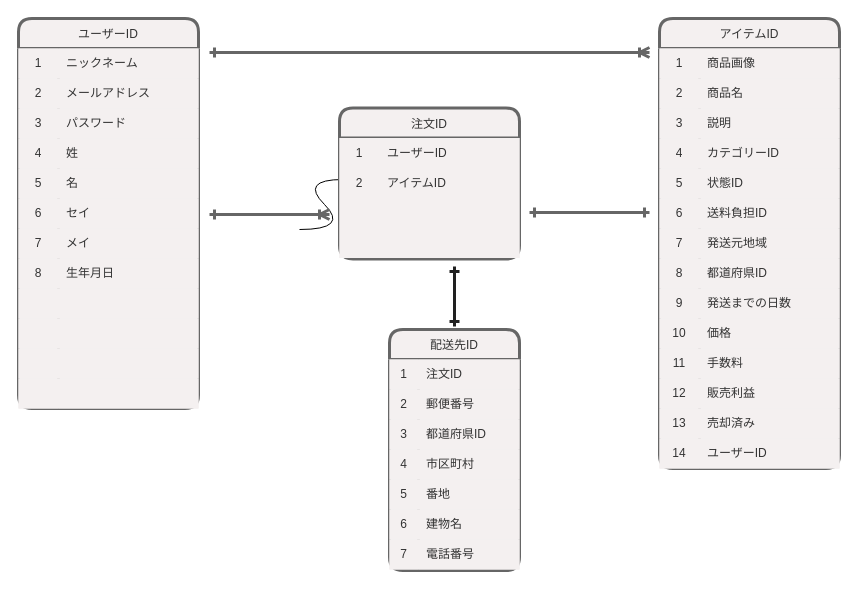
Earlier version of the draw.io diagram test.dio (AtsushiKikuchiKyoto/furima-41636). Source tidied: cells renumbered, new cells numbered last; positions are measured from the earlier drawing's top-left corner, leaving out a move shared by most shapes. Both pictures are drawn from the tidied source at 100%, with x=0, y=0 at pixel (18, 18).
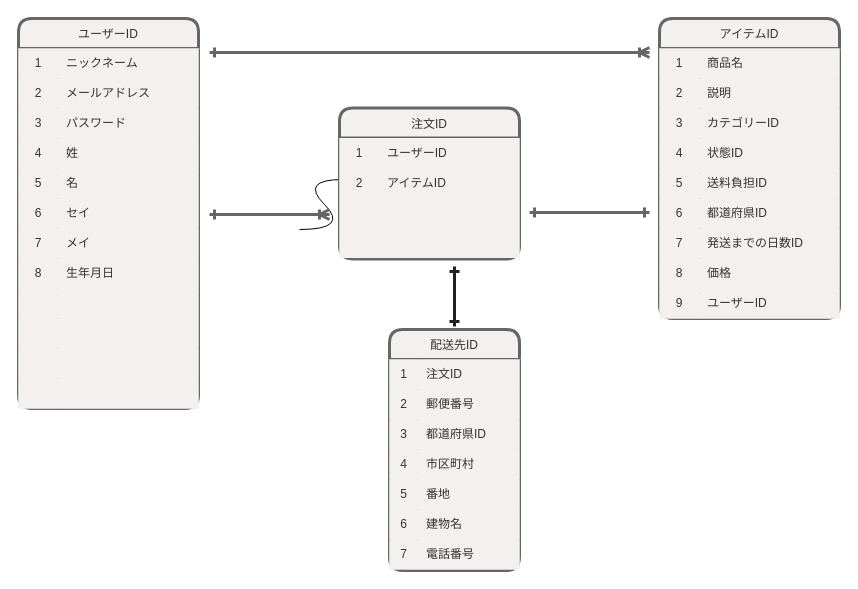
Above is the later version.

Commit message (it also covers changes not shown here):
データベース設計の修正

ER図の修正
https://gyazo.com/7457fe63e46a3c7fdfc35b0ee88dcb87

The edit, as a diff of the source:
```diff
@@
     <mxCell id="3" value="アイテムID" style="shape=table;startSize=30;childLayout=tableLayout;rowLines=0;fontStyle=0;fillColor=#f4f0f0;strokeColor=#666666;fontColor=#333333;labelBorderColor=none;labelBackgroundColor=none;rounded=1;strokeWidth=3;" parent="1" vertex="1">
-      <mxGeometry x="641" width="180" height="450" as="geometry" />
+      <mxGeometry x="641" width="180" height="300" as="geometry" />
     </mxCell>
-    <mxCell id="4" style="shape=tableRow;horizontal=0;startSize=0;swimlaneHead=0;swimlaneBody=0;top=0;left=0;bottom=0;right=0;fillColor=#f4f0f0;rounded=1;labelBorderColor=none;labelBackgroundColor=none;fontColor=#333333;strokeColor=#666666;" parent="3" vertex="1">
-      <mxGeometry y="30" width="180" height="30" as="geometry" />
-    </mxCell>
-    <mxCell id="5" value="1" style="shape=partialRectangle;html=1;whiteSpace=wrap;fillColor=#f4f0f0;top=0;left=0;bottom=0;right=0;overflow=hidden;rounded=1;labelBorderColor=none;labelBackgroundColor=none;fontColor=#333333;strokeColor=#666666;" parent="4" vertex="1">
-      <mxGeometry width="40" height="30" as="geometry" />
-    </mxCell>
-    <mxCell id="6" value="商品画像" style="shape=partialRectangle;html=1;whiteSpace=wrap;fillColor=#f4f0f0;top=0;left=0;bottom=0;right=0;align=left;spacingLeft=6;overflow=hidden;rounded=1;labelBorderColor=none;labelBackgroundColor=none;fontColor=#333333;strokeColor=#666666;" parent="4" vertex="1">
-      <mxGeometry x="40" width="140" height="30" as="geometry" />
-    </mxCell>
     <mxCell id="7" style="shape=tableRow;horizontal=0;startSize=0;swimlaneHead=0;swimlaneBody=0;top=0;left=0;bottom=0;right=0;fillColor=#f4f0f0;rounded=1;labelBorderColor=none;labelBackgroundColor=none;fontColor=#333333;strokeColor=#666666;" parent="3" vertex="1">
-      <mxGeometry y="60" width="180" height="30" as="geometry" />
+      <mxGeometry y="30" width="180" height="30" as="geometry" />
     </mxCell>
-    <mxCell id="8" value="2" style="shape=partialRectangle;html=1;whiteSpace=wrap;fillColor=#f4f0f0;top=0;left=0;bottom=0;right=0;overflow=hidden;rounded=1;labelBorderColor=none;labelBackgroundColor=none;fontColor=#333333;strokeColor=#666666;" parent="7" vertex="1">
+    <mxCell id="8" value="1" style="shape=partialRectangle;html=1;whiteSpace=wrap;fillColor=#f4f0f0;top=0;left=0;bottom=0;right=0;overflow=hidden;rounded=1;labelBorderColor=none;labelBackgroundColor=none;fontColor=#333333;strokeColor=#666666;" parent="7" vertex="1">
       <mxGeometry width="40" height="30" as="geometry" />
     </mxCell>
@@
     <mxCell id="10" style="shape=tableRow;horizontal=0;startSize=0;swimlaneHead=0;swimlaneBody=0;top=0;left=0;bottom=0;right=0;fillColor=#f4f0f0;rounded=1;labelBorderColor=none;labelBackgroundColor=none;fontColor=#333333;strokeColor=#666666;" parent="3" vertex="1">
-      <mxGeometry y="90" width="180" height="30" as="geometry" />
+      <mxGeometry y="60" width="180" height="30" as="geometry" />
     </mxCell>
-    <mxCell id="11" value="3" style="shape=partialRectangle;html=1;whiteSpace=wrap;fillColor=#f4f0f0;top=0;left=0;bottom=0;right=0;overflow=hidden;rounded=1;labelBorderColor=none;labelBackgroundColor=none;fontColor=#333333;strokeColor=#666666;" parent="10" vertex="1">
+    <mxCell id="11" value="2" style="shape=partialRectangle;html=1;whiteSpace=wrap;fillColor=#f4f0f0;top=0;left=0;bottom=0;right=0;overflow=hidden;rounded=1;labelBorderColor=none;labelBackgroundColor=none;fontColor=#333333;strokeColor=#666666;" parent="10" vertex="1">
       <mxGeometry width="40" height="30" as="geometry" />
     </mxCell>
@@
     <mxCell id="13" style="shape=tableRow;horizontal=0;startSize=0;swimlaneHead=0;swimlaneBody=0;top=0;left=0;bottom=0;right=0;fillColor=#f4f0f0;rounded=1;labelBorderColor=none;labelBackgroundColor=none;fontColor=#333333;strokeColor=#666666;" parent="3" vertex="1">
-      <mxGeometry y="120" width="180" height="30" as="geometry" />
+      <mxGeometry y="90" width="180" height="30" as="geometry" />
     </mxCell>
-    <mxCell id="14" value="4" style="shape=partialRectangle;html=1;whiteSpace=wrap;fillColor=#f4f0f0;top=0;left=0;bottom=0;right=0;overflow=hidden;rounded=1;labelBorderColor=none;labelBackgroundColor=none;fontColor=#333333;strokeColor=#666666;" parent="13" vertex="1">
+    <mxCell id="14" value="3" style="shape=partialRectangle;html=1;whiteSpace=wrap;fillColor=#f4f0f0;top=0;left=0;bottom=0;right=0;overflow=hidden;rounded=1;labelBorderColor=none;labelBackgroundColor=none;fontColor=#333333;strokeColor=#666666;" parent="13" vertex="1">
       <mxGeometry width="40" height="30" as="geometry" />
     </mxCell>
@@
     <mxCell id="16" style="shape=tableRow;horizontal=0;startSize=0;swimlaneHead=0;swimlaneBody=0;top=0;left=0;bottom=0;right=0;fillColor=#f4f0f0;rounded=1;labelBorderColor=none;labelBackgroundColor=none;fontColor=#333333;strokeColor=#666666;" parent="3" vertex="1">
-      <mxGeometry y="150" width="180" height="30" as="geometry" />
+      <mxGeometry y="120" width="180" height="30" as="geometry" />
     </mxCell>
-    <mxCell id="17" value="5" style="shape=partialRectangle;html=1;whiteSpace=wrap;fillColor=#f4f0f0;top=0;left=0;bottom=0;right=0;overflow=hidden;rounded=1;labelBorderColor=none;labelBackgroundColor=none;fontColor=#333333;strokeColor=#666666;" parent="16" vertex="1">
+    <mxCell id="17" value="4" style="shape=partialRectangle;html=1;whiteSpace=wrap;fillColor=#f4f0f0;top=0;left=0;bottom=0;right=0;overflow=hidden;rounded=1;labelBorderColor=none;labelBackgroundColor=none;fontColor=#333333;strokeColor=#666666;" parent="16" vertex="1">
       <mxGeometry width="40" height="30" as="geometry" />
     </mxCell>
@@
     <mxCell id="19" style="shape=tableRow;horizontal=0;startSize=0;swimlaneHead=0;swimlaneBody=0;top=0;left=0;bottom=0;right=0;fillColor=#f4f0f0;rounded=1;labelBorderColor=none;labelBackgroundColor=none;fontColor=#333333;strokeColor=#666666;" parent="3" vertex="1">
-      <mxGeometry y="180" width="180" height="30" as="geometry" />
+      <mxGeometry y="150" width="180" height="30" as="geometry" />
     </mxCell>
-    <mxCell id="20" value="6" style="shape=partialRectangle;html=1;whiteSpace=wrap;fillColor=#f4f0f0;top=0;left=0;bottom=0;right=0;overflow=hidden;rounded=1;labelBorderColor=none;labelBackgroundColor=none;fontColor=#333333;strokeColor=#666666;" parent="19" vertex="1">
+    <mxCell id="20" value="5" style="shape=partialRectangle;html=1;whiteSpace=wrap;fillColor=#f4f0f0;top=0;left=0;bottom=0;right=0;overflow=hidden;rounded=1;labelBorderColor=none;labelBackgroundColor=none;fontColor=#333333;strokeColor=#666666;" parent="19" vertex="1">
       <mxGeometry width="40" height="30" as="geometry" />
     </mxCell>
@@
-    <mxCell id="22" style="shape=tableRow;horizontal=0;startSize=0;swimlaneHead=0;swimlaneBody=0;top=0;left=0;bottom=0;right=0;fillColor=#f4f0f0;rounded=1;labelBorderColor=none;labelBackgroundColor=none;fontColor=#333333;strokeColor=#666666;" parent="3" vertex="1">
-      <mxGeometry y="210" width="180" height="30" as="geometry" />
-    </mxCell>
-    <mxCell id="23" value="7" style="shape=partialRectangle;html=1;whiteSpace=wrap;fillColor=#f4f0f0;top=0;left=0;bottom=0;right=0;overflow=hidden;rounded=1;labelBorderColor=none;labelBackgroundColor=none;fontColor=#333333;strokeColor=#666666;" parent="22" vertex="1">
-      <mxGeometry width="40" height="30" as="geometry" />
-    </mxCell>
-    <mxCell id="24" value="発送元地域" style="shape=partialRectangle;html=1;whiteSpace=wrap;fillColor=#f4f0f0;top=0;left=0;bottom=0;right=0;align=left;spacingLeft=6;overflow=hidden;rounded=1;labelBorderColor=none;labelBackgroundColor=none;fontColor=#333333;strokeColor=#666666;" parent="22" vertex="1">
-      <mxGeometry x="40" width="140" height="30" as="geometry" />
-    </mxCell>
     <mxCell id="25" style="shape=tableRow;horizontal=0;startSize=0;swimlaneHead=0;swimlaneBody=0;top=0;left=0;bottom=0;right=0;fillColor=#f4f0f0;rounded=1;labelBorderColor=none;labelBackgroundColor=none;fontColor=#333333;strokeColor=#666666;" parent="3" vertex="1">
-      <mxGeometry y="240" width="180" height="30" as="geometry" />
+      <mxGeometry y="180" width="180" height="30" as="geometry" />
     </mxCell>
-    <mxCell id="26" value="8" style="shape=partialRectangle;html=1;whiteSpace=wrap;fillColor=#f4f0f0;top=0;left=0;bottom=0;right=0;overflow=hidden;rounded=1;labelBorderColor=none;labelBackgroundColor=none;fontColor=#333333;strokeColor=#666666;" parent="25" vertex="1">
+    <mxCell id="26" value="6" style="shape=partialRectangle;html=1;whiteSpace=wrap;fillColor=#f4f0f0;top=0;left=0;bottom=0;right=0;overflow=hidden;rounded=1;labelBorderColor=none;labelBackgroundColor=none;fontColor=#333333;strokeColor=#666666;" parent="25" vertex="1">
       <mxGeometry width="40" height="30" as="geometry" />
     </mxCell>
@@
     <mxCell id="28" style="shape=tableRow;horizontal=0;startSize=0;swimlaneHead=0;swimlaneBody=0;top=0;left=0;bottom=0;right=0;fillColor=#f4f0f0;rounded=1;labelBorderColor=none;labelBackgroundColor=none;fontColor=#333333;strokeColor=#666666;" parent="3" vertex="1">
-      <mxGeometry y="270" width="180" height="30" as="geometry" />
+      <mxGeometry y="210" width="180" height="30" as="geometry" />
     </mxCell>
-    <mxCell id="29" value="9" style="shape=partialRectangle;html=1;whiteSpace=wrap;fillColor=#f4f0f0;top=0;left=0;bottom=0;right=0;overflow=hidden;rounded=1;labelBorderColor=none;labelBackgroundColor=none;fontColor=#333333;strokeColor=#666666;" parent="28" vertex="1">
+    <mxCell id="29" value="7" style="shape=partialRectangle;html=1;whiteSpace=wrap;fillColor=#f4f0f0;top=0;left=0;bottom=0;right=0;overflow=hidden;rounded=1;labelBorderColor=none;labelBackgroundColor=none;fontColor=#333333;strokeColor=#666666;" parent="28" vertex="1">
       <mxGeometry width="40" height="30" as="geometry" />
     </mxCell>
-    <mxCell id="30" value="発送までの日数" style="shape=partialRectangle;html=1;whiteSpace=wrap;fillColor=#f4f0f0;top=0;left=0;bottom=0;right=0;align=left;spacingLeft=6;overflow=hidden;rounded=1;labelBorderColor=none;labelBackgroundColor=none;fontColor=#333333;strokeColor=#666666;" parent="28" vertex="1">
+    <mxCell id="30" value="発送までの日数ID" style="shape=partialRectangle;html=1;whiteSpace=wrap;fillColor=#f4f0f0;top=0;left=0;bottom=0;right=0;align=left;spacingLeft=6;overflow=hidden;rounded=1;labelBorderColor=none;labelBackgroundColor=none;fontColor=#333333;strokeColor=#666666;" parent="28" vertex="1">
       <mxGeometry x="40" width="140" height="30" as="geometry" />
     </mxCell>
     <mxCell id="31" style="shape=tableRow;horizontal=0;startSize=0;swimlaneHead=0;swimlaneBody=0;top=0;left=0;bottom=0;right=0;fillColor=#f4f0f0;rounded=1;labelBorderColor=none;labelBackgroundColor=none;fontColor=#333333;strokeColor=#666666;" parent="3" vertex="1">
-      <mxGeometry y="300" width="180" height="30" as="geometry" />
+      <mxGeometry y="240" width="180" height="30" as="geometry" />
     </mxCell>
-    <mxCell id="32" value="10" style="shape=partialRectangle;html=1;whiteSpace=wrap;fillColor=#f4f0f0;top=0;left=0;bottom=0;right=0;overflow=hidden;rounded=1;labelBorderColor=none;labelBackgroundColor=none;fontColor=#333333;strokeColor=#666666;" parent="31" vertex="1">
+    <mxCell id="32" value="8" style="shape=partialRectangle;html=1;whiteSpace=wrap;fillColor=#f4f0f0;top=0;left=0;bottom=0;right=0;overflow=hidden;rounded=1;labelBorderColor=none;labelBackgroundColor=none;fontColor=#333333;strokeColor=#666666;" parent="31" vertex="1">
       <mxGeometry width="40" height="30" as="geometry" />
     </mxCell>
@@
-    <mxCell id="34" style="shape=tableRow;horizontal=0;startSize=0;swimlaneHead=0;swimlaneBody=0;top=0;left=0;bottom=0;right=0;fillColor=#f4f0f0;rounded=1;labelBorderColor=none;labelBackgroundColor=none;fontColor=#333333;strokeColor=#666666;" parent="3" vertex="1">
-      <mxGeometry y="330" width="180" height="30" as="geometry" />
-    </mxCell>
-    <mxCell id="35" value="11" style="shape=partialRectangle;html=1;whiteSpace=wrap;fillColor=#f4f0f0;top=0;left=0;bottom=0;right=0;overflow=hidden;rounded=1;labelBorderColor=none;labelBackgroundColor=none;fontColor=#333333;strokeColor=#666666;" parent="34" vertex="1">
-      <mxGeometry width="40" height="30" as="geometry" />
-    </mxCell>
-    <mxCell id="36" value="手数料" style="shape=partialRectangle;html=1;whiteSpace=wrap;fillColor=#f4f0f0;top=0;left=0;bottom=0;right=0;align=left;spacingLeft=6;overflow=hidden;rounded=1;labelBorderColor=none;labelBackgroundColor=none;fontColor=#333333;strokeColor=#666666;" parent="34" vertex="1">
-      <mxGeometry x="40" width="140" height="30" as="geometry" />
-    </mxCell>
-    <mxCell id="37" style="shape=tableRow;horizontal=0;startSize=0;swimlaneHead=0;swimlaneBody=0;top=0;left=0;bottom=0;right=0;fillColor=#f4f0f0;rounded=1;labelBorderColor=none;labelBackgroundColor=none;fontColor=#333333;strokeColor=#666666;" parent="3" vertex="1">
-      <mxGeometry y="360" width="180" height="30" as="geometry" />
-    </mxCell>
-    <mxCell id="38" value="12" style="shape=partialRectangle;html=1;whiteSpace=wrap;fillColor=#f4f0f0;top=0;left=0;bottom=0;right=0;overflow=hidden;rounded=1;labelBorderColor=none;labelBackgroundColor=none;fontColor=#333333;strokeColor=#666666;" parent="37" vertex="1">
-      <mxGeometry width="40" height="30" as="geometry" />
-    </mxCell>
-    <mxCell id="39" value="販売利益" style="shape=partialRectangle;html=1;whiteSpace=wrap;fillColor=#f4f0f0;top=0;left=0;bottom=0;right=0;align=left;spacingLeft=6;overflow=hidden;rounded=1;labelBorderColor=none;labelBackgroundColor=none;fontColor=#333333;strokeColor=#666666;" parent="37" vertex="1">
-      <mxGeometry x="40" width="140" height="30" as="geometry" />
-    </mxCell>
-    <mxCell id="40" style="shape=tableRow;horizontal=0;startSize=0;swimlaneHead=0;swimlaneBody=0;top=0;left=0;bottom=0;right=0;fillColor=#f4f0f0;rounded=1;labelBorderColor=none;labelBackgroundColor=none;fontColor=#333333;strokeColor=#666666;" parent="3" vertex="1">
-      <mxGeometry y="390" width="180" height="30" as="geometry" />
-    </mxCell>
-    <mxCell id="41" value="13" style="shape=partialRectangle;html=1;whiteSpace=wrap;fillColor=#f4f0f0;top=0;left=0;bottom=0;right=0;overflow=hidden;rounded=1;labelBorderColor=none;labelBackgroundColor=none;fontColor=#333333;strokeColor=#666666;" parent="40" vertex="1">
-      <mxGeometry width="40" height="30" as="geometry" />
-    </mxCell>
-    <mxCell id="42" value="売却済み" style="shape=partialRectangle;html=1;whiteSpace=wrap;fillColor=#f4f0f0;top=0;left=0;bottom=0;right=0;align=left;spacingLeft=6;overflow=hidden;rounded=1;labelBorderColor=none;labelBackgroundColor=none;fontColor=#333333;strokeColor=#666666;" parent="40" vertex="1">
-      <mxGeometry x="40" width="140" height="30" as="geometry" />
-    </mxCell>
     <mxCell id="43" style="shape=tableRow;horizontal=0;startSize=0;swimlaneHead=0;swimlaneBody=0;top=0;left=0;bottom=0;right=0;fillColor=#f4f0f0;rounded=1;labelBorderColor=none;labelBackgroundColor=none;fontColor=#333333;strokeColor=#666666;" parent="3" vertex="1">
-      <mxGeometry y="420" width="180" height="30" as="geometry" />
+      <mxGeometry y="270" width="180" height="30" as="geometry" />
     </mxCell>
-    <mxCell id="44" value="14" style="shape=partialRectangle;html=1;whiteSpace=wrap;fillColor=#f4f0f0;top=0;left=0;bottom=0;right=0;overflow=hidden;rounded=1;labelBorderColor=none;labelBackgroundColor=none;fontColor=#333333;strokeColor=#666666;" parent="43" vertex="1">
+    <mxCell id="44" value="9" style="shape=partialRectangle;html=1;whiteSpace=wrap;fillColor=#f4f0f0;top=0;left=0;bottom=0;right=0;overflow=hidden;rounded=1;labelBorderColor=none;labelBackgroundColor=none;fontColor=#333333;strokeColor=#666666;" parent="43" vertex="1">
       <mxGeometry width="40" height="30" as="geometry" />
     </mxCell>
```
